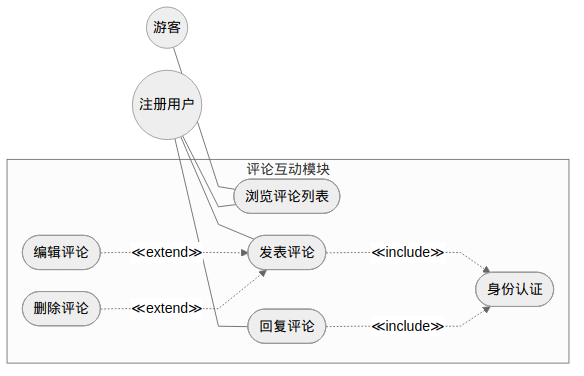
Above: docs/diagrams/fig3-4-comment-usecase.png in Wkjlovec/graduation_project_zhuang (Mermaid), before the change. Its source is kept beside it as docs/diagrams/fig3-4-comment-usecase.mmd.
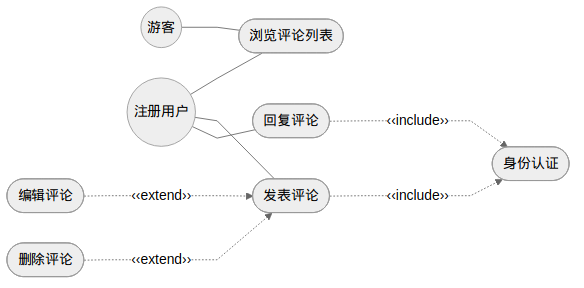
After the commit.

The edit, as a diff of the source:
```diff
@@ -1,23 +1,10 @@
-%%{init: {'theme': 'neutral', 'flowchart': {'curve': 'linear', 'rankSpacing': 35, 'nodeSpacing': 25}}}%%
+%%{init: {'theme': 'neutral', 'flowchart': {'curve': 'linear', 'rankSpacing': 50, 'nodeSpacing': 35}}}%%
 graph LR
-    Guest((游客))
-    User((注册用户))
-
-    subgraph 评论互动模块
-        direction TB
-        UC1([浏览评论列表])
-        UC2([发表评论])
-        UC3([回复评论])
-        UC4([身份认证])
-        UC5([编辑评论])
-        UC6([删除评论])
-    end
-
-    Guest --- UC1
-    User --- UC1
-    User --- UC2
-    User --- UC3
-    UC2 -..->|"≪include≫"| UC4
-    UC3 -..->|"≪include≫"| UC4
-    UC5 -..->|"≪extend≫"| UC2
-    UC6 -..->|"≪extend≫"| UC2
+    Guest((游客)) --- UC1([浏览评论列表])
+    User((注册用户)) --- UC1
+    User --- UC2([发表评论])
+    User --- UC3([回复评论])
+    UC2 -..->|"‹‹include››"| UC4([身份认证])
+    UC3 -..->|"‹‹include››"| UC4
+    UC5([编辑评论]) -..->|"‹‹extend››"| UC2
+    UC6([删除评论]) -..->|"‹‹extend››"| UC2
```
